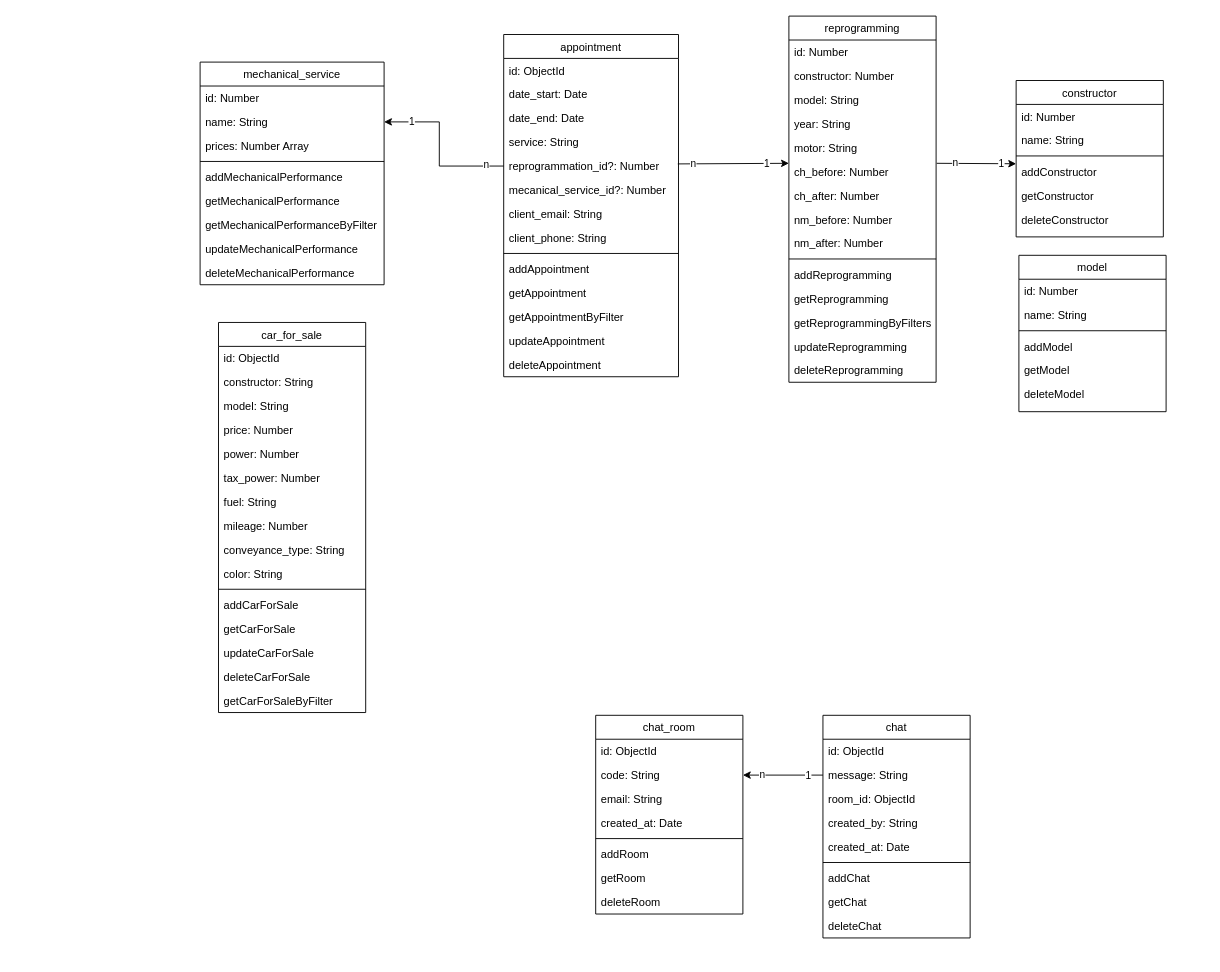
Earlier version of the draw.io diagram documentation/hephaistos-MCD.drawio (nsevendev/hephaistos). Source tidied: cells renumbered, new cells numbered last; positions are measured from the earlier drawing's top-left corner, leaving out a move shared by most shapes. Both pictures are drawn from the tidied source at 92%, with x=0, y=0 at pixel (200, 16).
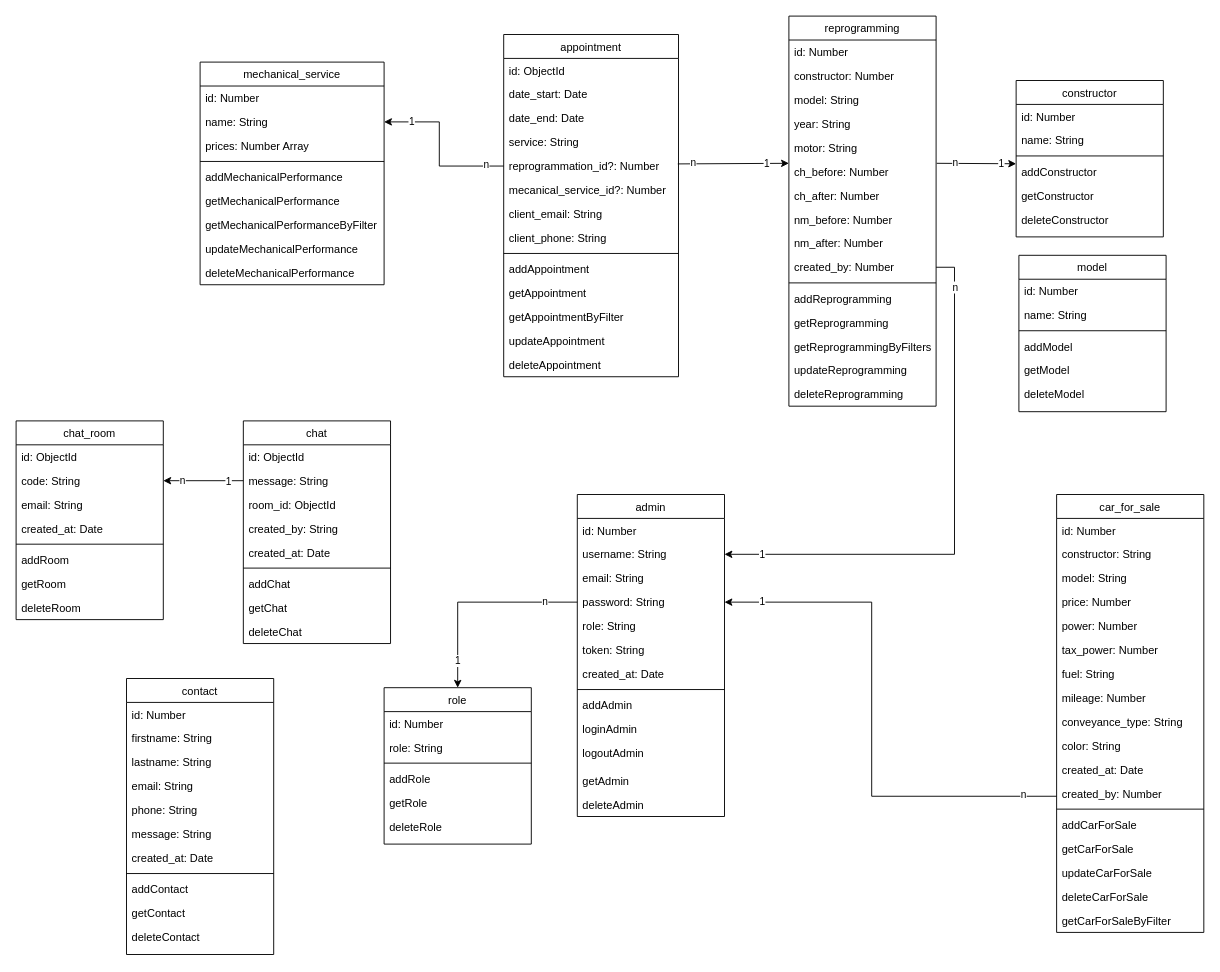
Above is the later version.

Commit message:
Mettre à jour hephaistos-MCD.drawio

Unchanged cells that the change refers to:
```xml
<mxCell id="95" style="endArrow=classic;html=1;rounded=0;entryX=0;entryY=0.154;entryDx=0;entryDy=0;entryPerimeter=0;exitX=0.996;exitY=0.41;exitDx=0;exitDy=0;exitPerimeter=0;" parent="1" edge="1" source="69" target="18">
  <mxGeometry relative="1" as="geometry" />
</mxCell>
```

What changed in the source:
```diff
@@
     <mxCell id="12" value="reprogramming" style="swimlane;fontStyle=0;align=center;verticalAlign=top;horizontal=1;startSize=26;rounded=0;shadow=0;strokeWidth=1;" parent="1" vertex="1">
-      <mxGeometry x="640" width="160" height="398" as="geometry" />
+      <mxGeometry x="640" width="160" height="424" as="geometry" />
     </mxCell>
@@
+    <mxCell id="105" value="created_by: Number" style="text;align=left;verticalAlign=top;spacingLeft=4;spacingRight=4;overflow=hidden;points=[[0,0.5],[1,0.5]];portConstraint=eastwest;" parent="12" vertex="1">
+      <mxGeometry y="260" width="160" height="26" as="geometry" />
+    </mxCell>
     <mxCell id="22" style="line;html=1;strokeWidth=1;align=left;verticalAlign=middle;spacingTop=-1;spacingLeft=3;spacingRight=3;labelPosition=right;" parent="12" vertex="1">
-      <mxGeometry y="260" width="160" height="8" as="geometry" />
+      <mxGeometry y="286" width="160" height="8" as="geometry" />
     </mxCell>
     <mxCell id="23" value="addReprogramming" style="text;align=left;verticalAlign=top;spacingLeft=4;spacingRight=4;overflow=hidden;" parent="12" vertex="1">
-      <mxGeometry y="268" width="160" height="26" as="geometry" />
+      <mxGeometry y="294" width="160" height="26" as="geometry" />
     </mxCell>
     <mxCell id="24" value="getReprogramming" style="text;align=left;verticalAlign=top;spacingLeft=4;spacingRight=4;overflow=hidden;" parent="12" vertex="1">
-      <mxGeometry y="294" width="160" height="26" as="geometry" />
+      <mxGeometry y="320" width="160" height="26" as="geometry" />
     </mxCell>
     <mxCell id="25" value="getReprogrammingByFilters" style="text;align=left;verticalAlign=top;spacingLeft=4;spacingRight=4;overflow=hidden;" parent="12" vertex="1">
-      <mxGeometry y="320" width="160" height="26" as="geometry" />
+      <mxGeometry y="346" width="160" height="26" as="geometry" />
     </mxCell>
     <mxCell id="26" value="updateReprogramming" style="text;align=left;verticalAlign=top;spacingLeft=4;spacingRight=4;overflow=hidden;" parent="12" vertex="1">
-      <mxGeometry y="346" width="160" height="26" as="geometry" />
+      <mxGeometry y="372" width="160" height="26" as="geometry" />
     </mxCell>
     <mxCell id="27" value="deleteReprogramming" style="text;align=left;verticalAlign=top;spacingLeft=4;spacingRight=4;overflow=hidden;" parent="12" vertex="1">
-      <mxGeometry y="372" width="160" height="26" as="geometry" />
+      <mxGeometry y="398" width="160" height="26" as="geometry" />
     </mxCell>
     <mxCell id="28" value="car_for_sale" style="swimlane;fontStyle=0;align=center;verticalAlign=top;horizontal=1;startSize=26;rounded=0;shadow=0;strokeWidth=1;" parent="1" vertex="1">
-      <mxGeometry x="20" y="333" width="160" height="424" as="geometry" />
+      <mxGeometry x="931" y="520" width="160" height="476" as="geometry" />
     </mxCell>
-    <mxCell id="29" value="id: ObjectId" style="text;align=left;verticalAlign=top;spacingLeft=4;spacingRight=4;overflow=hidden;" parent="28" vertex="1">
+    <mxCell id="29" value="id: Number" style="text;align=left;verticalAlign=top;spacingLeft=4;spacingRight=4;overflow=hidden;" parent="28" vertex="1">
       <mxGeometry y="26" width="160" height="26" as="geometry" />
     </mxCell>
@@
+    <mxCell id="106" value="created_at: Date" style="text;align=left;verticalAlign=top;spacingLeft=4;spacingRight=4;overflow=hidden;" parent="28" vertex="1">
+      <mxGeometry y="286" width="160" height="26" as="geometry" />
+    </mxCell>
+    <mxCell id="107" value="created_by: Number" style="text;align=left;verticalAlign=top;spacingLeft=4;spacingRight=4;overflow=hidden;points=[[0,0.5],[1,0.5]];portConstraint=eastwest;" parent="28" vertex="1">
+      <mxGeometry y="312" width="160" height="26" as="geometry" />
+    </mxCell>
     <mxCell id="39" style="line;html=1;strokeWidth=1;align=left;verticalAlign=middle;spacingTop=-1;spacingLeft=3;spacingRight=3;labelPosition=right;" parent="28" vertex="1">
-      <mxGeometry y="286" width="160" height="8" as="geometry" />
+      <mxGeometry y="338" width="160" height="8" as="geometry" />
     </mxCell>
     <mxCell id="40" value="addCarForSale" style="text;align=left;verticalAlign=top;spacingLeft=4;spacingRight=4;overflow=hidden;" parent="28" vertex="1">
-      <mxGeometry y="294" width="160" height="26" as="geometry" />
+      <mxGeometry y="346" width="160" height="26" as="geometry" />
     </mxCell>
     <mxCell id="41" value="getCarForSale" style="text;align=left;verticalAlign=top;spacingLeft=4;spacingRight=4;overflow=hidden;" parent="28" vertex="1">
-      <mxGeometry y="320" width="160" height="26" as="geometry" />
+      <mxGeometry y="372" width="160" height="26" as="geometry" />
     </mxCell>
     <mxCell id="42" value="updateCarForSale" style="text;align=left;verticalAlign=top;spacingLeft=4;spacingRight=4;overflow=hidden;" parent="28" vertex="1">
-      <mxGeometry y="346" width="160" height="26" as="geometry" />
+      <mxGeometry y="398" width="160" height="26" as="geometry" />
     </mxCell>
     <mxCell id="43" value="deleteCarForSale" style="text;align=left;verticalAlign=top;spacingLeft=4;spacingRight=4;overflow=hidden;" parent="28" vertex="1">
-      <mxGeometry y="372" width="160" height="26" as="geometry" />
+      <mxGeometry y="424" width="160" height="26" as="geometry" />
     </mxCell>
     <mxCell id="44" value="getCarForSaleByFilter" style="text;align=left;verticalAlign=top;spacingLeft=4;spacingRight=4;overflow=hidden;" parent="28" vertex="1">
-      <mxGeometry y="398" width="160" height="26" as="geometry" />
+      <mxGeometry y="450" width="160" height="26" as="geometry" />
     </mxCell>
     <mxCell id="45" value="chat_room" style="swimlane;fontStyle=0;align=center;verticalAlign=top;horizontal=1;startSize=26;rounded=0;shadow=0;strokeWidth=1;" parent="1" vertex="1">
-      <mxGeometry x="430" y="760" width="160" height="216" as="geometry" />
+      <mxGeometry x="-200" y="440" width="160" height="216" as="geometry" />
     </mxCell>
@@
     <mxCell id="54" value="chat" style="swimlane;fontStyle=0;align=center;verticalAlign=top;horizontal=1;startSize=26;rounded=0;shadow=0;strokeWidth=1;" parent="1" vertex="1">
-      <mxGeometry x="677" y="760" width="160" height="242" as="geometry" />
+      <mxGeometry x="47" y="440" width="160" height="242" as="geometry" />
     </mxCell>
@@
     <mxCell id="96" value="n" style="edgeLabel;html=1;align=center;verticalAlign=middle;" parent="95" vertex="1">
       <mxGeometry relative="1" as="geometry">
-        <mxPoint x="-44" y="-1" as="offset" />
+        <mxPoint x="-44" y="-2" as="offset" />
       </mxGeometry>
     </mxCell>
@@
+    <mxCell id="108" value="admin" style="swimlane;fontStyle=0;align=center;verticalAlign=top;horizontal=1;startSize=26;rounded=0;shadow=0;strokeWidth=1;" parent="1" vertex="1">
+      <mxGeometry x="410" y="520" width="160" height="350" as="geometry" />
+    </mxCell>
+    <mxCell id="109" value="id: Number" style="text;align=left;verticalAlign=top;spacingLeft=4;spacingRight=4;overflow=hidden;rounded=0;shadow=0;html=0;" parent="108" vertex="1">
+      <mxGeometry y="26" width="160" height="26" as="geometry" />
+    </mxCell>
+    <mxCell id="110" value="username: String" style="text;align=left;verticalAlign=top;spacingLeft=4;spacingRight=4;overflow=hidden;points=[[0,0.5],[1,0.5]];portConstraint=eastwest;" parent="108" vertex="1">
+      <mxGeometry y="52" width="160" height="26" as="geometry" />
+    </mxCell>
+    <mxCell id="111" value="email: String" style="text;align=left;verticalAlign=top;spacingLeft=4;spacingRight=4;overflow=hidden;" parent="108" vertex="1">
+      <mxGeometry y="78" width="160" height="26" as="geometry" />
+    </mxCell>
+    <mxCell id="112" value="password: String" style="text;align=left;verticalAlign=top;spacingLeft=4;spacingRight=4;overflow=hidden;points=[[0,0.5],[1,0.5]];portConstraint=eastwest;" parent="108" vertex="1">
+      <mxGeometry y="104" width="160" height="26" as="geometry" />
+    </mxCell>
+    <mxCell id="113" value="role: String" style="text;align=left;verticalAlign=top;spacingLeft=4;spacingRight=4;overflow=hidden;" parent="108" vertex="1">
+      <mxGeometry y="130" width="160" height="26" as="geometry" />
+    </mxCell>
+    <mxCell id="114" value="token: String" style="text;align=left;verticalAlign=top;spacingLeft=4;spacingRight=4;overflow=hidden;" parent="108" vertex="1">
+      <mxGeometry y="156" width="160" height="26" as="geometry" />
+    </mxCell>
+    <mxCell id="115" value="created_at: Date" style="text;align=left;verticalAlign=top;spacingLeft=4;spacingRight=4;overflow=hidden;" parent="108" vertex="1">
+      <mxGeometry y="182" width="160" height="26" as="geometry" />
+    </mxCell>
+    <mxCell id="116" style="line;html=1;strokeWidth=1;align=left;verticalAlign=middle;spacingTop=-1;spacingLeft=3;spacingRight=3;labelPosition=right;" parent="108" vertex="1">
+      <mxGeometry y="208" width="160" height="8" as="geometry" />
+    </mxCell>
+    <mxCell id="117" value="addAdmin" style="text;align=left;verticalAlign=top;spacingLeft=4;spacingRight=4;overflow=hidden;" parent="108" vertex="1">
+      <mxGeometry y="216" width="160" height="26" as="geometry" />
+    </mxCell>
+    <mxCell id="118" value="loginAdmin" style="text;align=left;verticalAlign=top;spacingLeft=4;spacingRight=4;overflow=hidden;" parent="108" vertex="1">
+      <mxGeometry y="242" width="160" height="26" as="geometry" />
+    </mxCell>
+    <mxCell id="119" value="logoutAdmin" style="text;align=left;verticalAlign=top;spacingLeft=4;spacingRight=4;overflow=hidden;" parent="108" vertex="1">
+      <mxGeometry y="268" width="160" height="30" as="geometry" />
+    </mxCell>
+    <mxCell id="120" value="getAdmin" style="text;align=left;verticalAlign=top;spacingLeft=4;spacingRight=4;overflow=hidden;" parent="108" vertex="1">
+      <mxGeometry y="298" width="160" height="26" as="geometry" />
+    </mxCell>
+    <mxCell id="121" value="deleteAdmin" style="text;align=left;verticalAlign=top;spacingLeft=4;spacingRight=4;overflow=hidden;" parent="108" vertex="1">
+      <mxGeometry y="324" width="160" height="26" as="geometry" />
+    </mxCell>
+    <mxCell id="122" value="contact" style="swimlane;fontStyle=0;align=center;verticalAlign=top;horizontal=1;startSize=26;rounded=0;shadow=0;strokeWidth=1;" parent="1" vertex="1">
+      <mxGeometry x="-80" y="720" width="160" height="300" as="geometry" />
+    </mxCell>
+    <mxCell id="123" value="id: Number" style="text;align=left;verticalAlign=top;spacingLeft=4;spacingRight=4;overflow=hidden;rounded=0;shadow=0;html=0;" parent="122" vertex="1">
+      <mxGeometry y="26" width="160" height="26" as="geometry" />
+    </mxCell>
+    <mxCell id="124" value="firstname: String" style="text;align=left;verticalAlign=top;spacingLeft=4;spacingRight=4;overflow=hidden;" parent="122" vertex="1">
+      <mxGeometry y="52" width="160" height="26" as="geometry" />
+    </mxCell>
+    <mxCell id="125" value="lastname: String" style="text;align=left;verticalAlign=top;spacingLeft=4;spacingRight=4;overflow=hidden;" parent="122" vertex="1">
+      <mxGeometry y="78" width="160" height="26" as="geometry" />
+    </mxCell>
+    <mxCell id="126" value="email: String" style="text;align=left;verticalAlign=top;spacingLeft=4;spacingRight=4;overflow=hidden;" parent="122" vertex="1">
+      <mxGeometry y="104" width="160" height="26" as="geometry" />
+    </mxCell>
+    <mxCell id="127" value="phone: String" style="text;align=left;verticalAlign=top;spacingLeft=4;spacingRight=4;overflow=hidden;" parent="122" vertex="1">
+      <mxGeometry y="130" width="160" height="26" as="geometry" />
+    </mxCell>
+    <mxCell id="128" value="message: String" style="text;align=left;verticalAlign=top;spacingLeft=4;spacingRight=4;overflow=hidden;" parent="122" vertex="1">
+      <mxGeometry y="156" width="160" height="26" as="geometry" />
+    </mxCell>
+    <mxCell id="129" value="created_at: Date" style="text;align=left;verticalAlign=top;spacingLeft=4;spacingRight=4;overflow=hidden;" parent="122" vertex="1">
+      <mxGeometry y="182" width="160" height="26" as="geometry" />
+    </mxCell>
+    <mxCell id="130" style="line;html=1;strokeWidth=1;align=left;verticalAlign=middle;spacingTop=-1;spacingLeft=3;spacingRight=3;labelPosition=right;" parent="122" vertex="1">
+      <mxGeometry y="208" width="160" height="8" as="geometry" />
+    </mxCell>
+    <mxCell id="131" value="addContact" style="text;align=left;verticalAlign=top;spacingLeft=4;spacingRight=4;overflow=hidden;" parent="122" vertex="1">
+      <mxGeometry y="216" width="160" height="26" as="geometry" />
+    </mxCell>
+    <mxCell id="132" value="getContact" style="text;align=left;verticalAlign=top;spacingLeft=4;spacingRight=4;overflow=hidden;" parent="122" vertex="1">
+      <mxGeometry y="242" width="160" height="26" as="geometry" />
+    </mxCell>
+    <mxCell id="133" value="deleteContact" style="text;align=left;verticalAlign=top;spacingLeft=4;spacingRight=4;overflow=hidden;" parent="122" vertex="1">
+      <mxGeometry y="268" width="160" height="30" as="geometry" />
+    </mxCell>
+    <mxCell id="134" value="role" style="swimlane;fontStyle=0;align=center;verticalAlign=top;horizontal=1;startSize=26;rounded=0;shadow=0;strokeWidth=1;" parent="1" vertex="1">
+      <mxGeometry x="200" y="730" width="160" height="170" as="geometry" />
+    </mxCell>
+    <mxCell id="135" value="id: Number" style="text;align=left;verticalAlign=top;spacingLeft=4;spacingRight=4;overflow=hidden;rounded=0;shadow=0;html=0;" parent="134" vertex="1">
+      <mxGeometry y="26" width="160" height="26" as="geometry" />
+    </mxCell>
+    <mxCell id="136" value="role: String" style="text;align=left;verticalAlign=top;spacingLeft=4;spacingRight=4;overflow=hidden;" parent="134" vertex="1">
+      <mxGeometry y="52" width="160" height="26" as="geometry" />
+    </mxCell>
+    <mxCell id="137" style="line;html=1;strokeWidth=1;align=left;verticalAlign=middle;spacingTop=-1;spacingLeft=3;spacingRight=3;labelPosition=right;" parent="134" vertex="1">
+      <mxGeometry y="78" width="160" height="8" as="geometry" />
+    </mxCell>
+    <mxCell id="138" value="addRole" style="text;align=left;verticalAlign=top;spacingLeft=4;spacingRight=4;overflow=hidden;" parent="134" vertex="1">
+      <mxGeometry y="86" width="160" height="26" as="geometry" />
+    </mxCell>
+    <mxCell id="139" value="getRole" style="text;align=left;verticalAlign=top;spacingLeft=4;spacingRight=4;overflow=hidden;" parent="134" vertex="1">
+      <mxGeometry y="112" width="160" height="26" as="geometry" />
+    </mxCell>
+    <mxCell id="140" value="deleteRole" style="text;align=left;verticalAlign=top;spacingLeft=4;spacingRight=4;overflow=hidden;" parent="134" vertex="1">
+      <mxGeometry y="138" width="160" height="26" as="geometry" />
+    </mxCell>
+    <mxCell id="141" style="endArrow=classic;html=1;rounded=0;exitX=0;exitY=0.5;exitDx=0;exitDy=0;entryX=0.5;entryY=0;entryDx=0;entryDy=0;" parent="1" edge="1" source="112" target="134">
+      <mxGeometry relative="1" as="geometry">
+        <Array as="points">
+          <mxPoint x="280" y="637" />
+        </Array>
+      </mxGeometry>
+    </mxCell>
+    <mxCell id="142" value="1" style="edgeLabel;html=1;align=center;verticalAlign=middle;" parent="141" vertex="1">
+      <mxGeometry relative="1" as="geometry">
+        <mxPoint x="-19" y="63" as="offset" />
+      </mxGeometry>
+    </mxCell>
+    <mxCell id="143" value="n" style="edgeLabel;html=1;align=center;verticalAlign=middle;" parent="141" vertex="1">
+      <mxGeometry x="-0.68" y="1" relative="1" as="geometry">
+        <mxPoint y="-2" as="offset" />
+      </mxGeometry>
+    </mxCell>
+    <mxCell id="144" style="endArrow=classic;html=1;rounded=0;exitX=1;exitY=0.5;exitDx=0;exitDy=0;entryX=1;entryY=0.5;entryDx=0;entryDy=0;" parent="1" edge="1" source="105" target="110">
+      <mxGeometry relative="1" as="geometry">
+        <Array as="points">
+          <mxPoint x="820" y="273" />
+          <mxPoint x="820" y="585" />
+        </Array>
+      </mxGeometry>
+    </mxCell>
+    <mxCell id="145" value="1" style="edgeLabel;html=1;align=center;verticalAlign=middle;" parent="144" vertex="1">
+      <mxGeometry relative="1" as="geometry">
+        <mxPoint x="-210" y="40" as="offset" />
+      </mxGeometry>
+    </mxCell>
+    <mxCell id="146" value="n" style="edgeLabel;html=1;align=center;verticalAlign=middle;" parent="144" vertex="1">
+      <mxGeometry x="-0.86" y="-1" relative="1" as="geometry">
+        <mxPoint x="1" as="offset" />
+      </mxGeometry>
+    </mxCell>
+    <mxCell id="147" style="endArrow=classic;html=1;rounded=0;exitX=0;exitY=0.615;exitDx=0;exitDy=0;entryX=1;entryY=0.5;entryDx=0;entryDy=0;exitPerimeter=0;" parent="1" edge="1" source="107" target="112">
+      <mxGeometry relative="1" as="geometry">
+        <Array as="points">
+          <mxPoint x="730" y="848" />
+          <mxPoint x="730" y="637" />
+        </Array>
+      </mxGeometry>
+    </mxCell>
+    <mxCell id="148" value="1" style="edgeLabel;html=1;align=center;verticalAlign=middle;" parent="147" vertex="1">
+      <mxGeometry relative="1" as="geometry">
+        <mxPoint x="-120" y="-127" as="offset" />
+      </mxGeometry>
+    </mxCell>
+    <mxCell id="149" value="n" style="edgeLabel;html=1;align=center;verticalAlign=middle;" parent="147" vertex="1">
+      <mxGeometry x="-0.87" y="1" relative="1" as="geometry">
+        <mxPoint y="-3" as="offset" />
+      </mxGeometry>
+    </mxCell>
```
